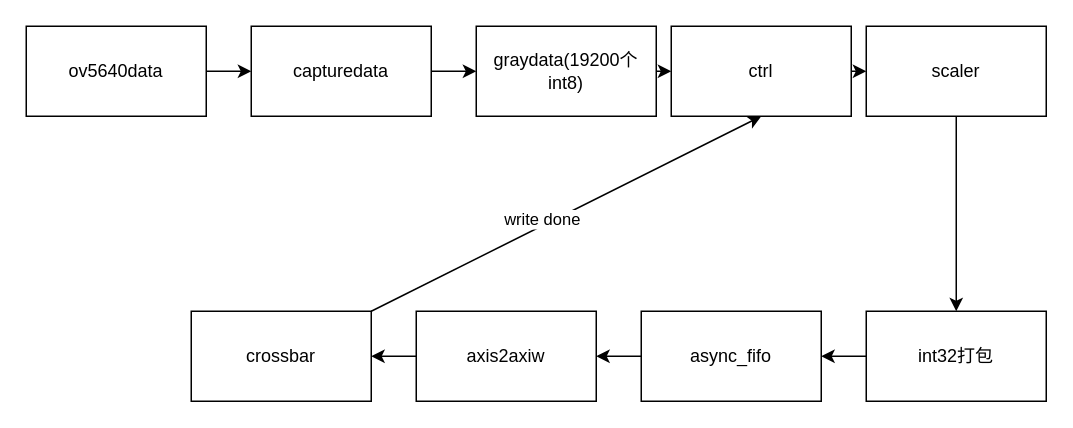
ssssss-dot/soc_learning keeps this draw.io diagram as architecture diagram/process.drawio. Above is the earlier version. Source tidied: cells renumbered, new cells numbered last; positions are measured from the earlier drawing's top-left corner, leaving out a move shared by most shapes. Both pictures are drawn from the tidied source at 150%, with x=0, y=0 at pixel (26, 26).
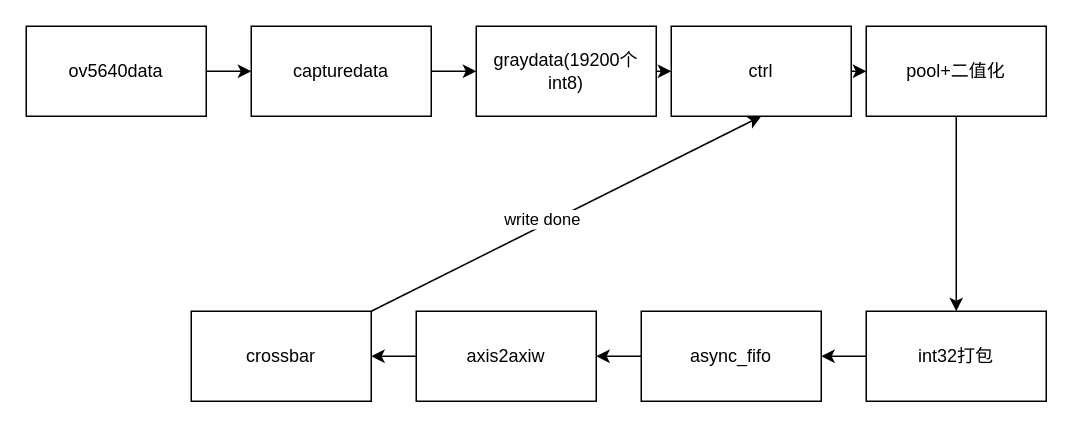
The same diagram, later.

Change to the diagram source:
```diff
@@
-    <mxCell id="9" value="scaler" style="rounded=0;whiteSpace=wrap;html=1;" parent="1" vertex="1">
+    <mxCell id="9" value="pool+二值化" style="rounded=0;whiteSpace=wrap;html=1;" parent="1" vertex="1">
       <mxGeometry x="560" width="120" height="60" as="geometry" />
     </mxCell>
```
